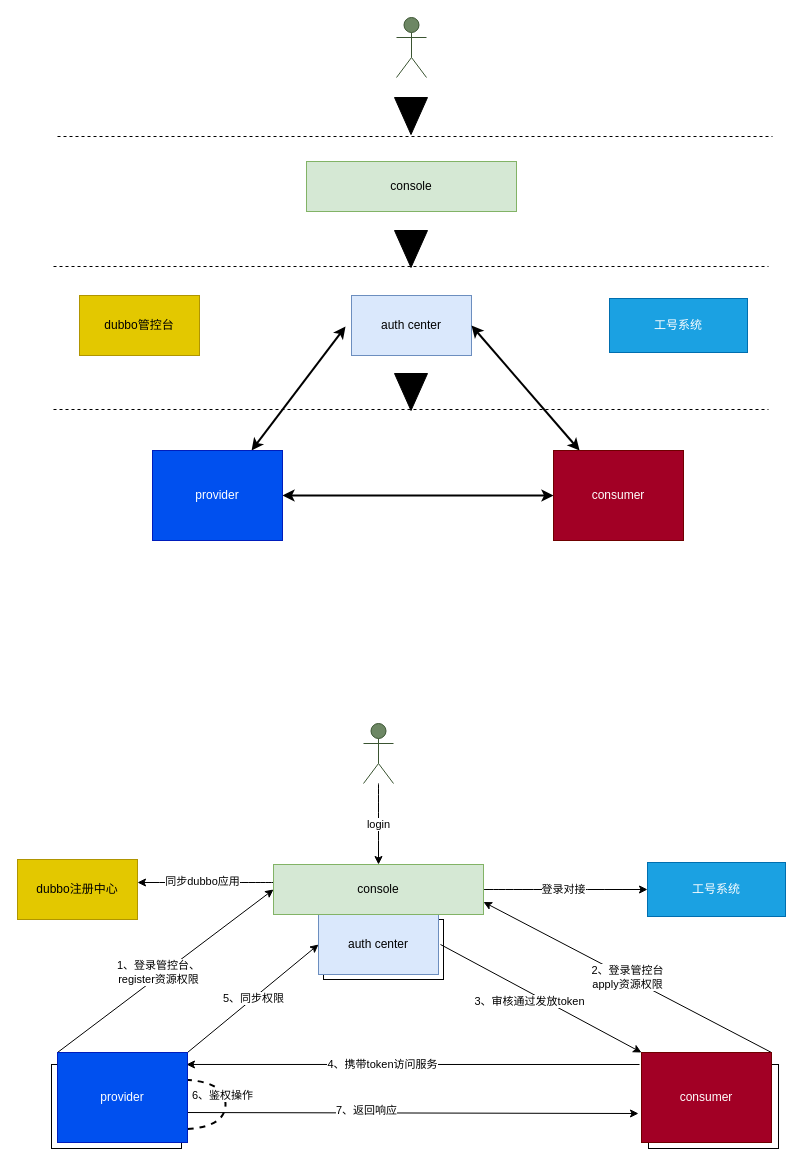
Before: 鉴权中心一期.drawio in gitcodeporter/draw-uml, a draw.io diagram. Source tidied: cells renumbered, new cells numbered last; positions are measured from the earlier drawing's top-left corner, leaving out a move shared by most shapes. Both pictures are drawn from the tidied source at 100%, with x=0, y=0 at pixel (17, 17).
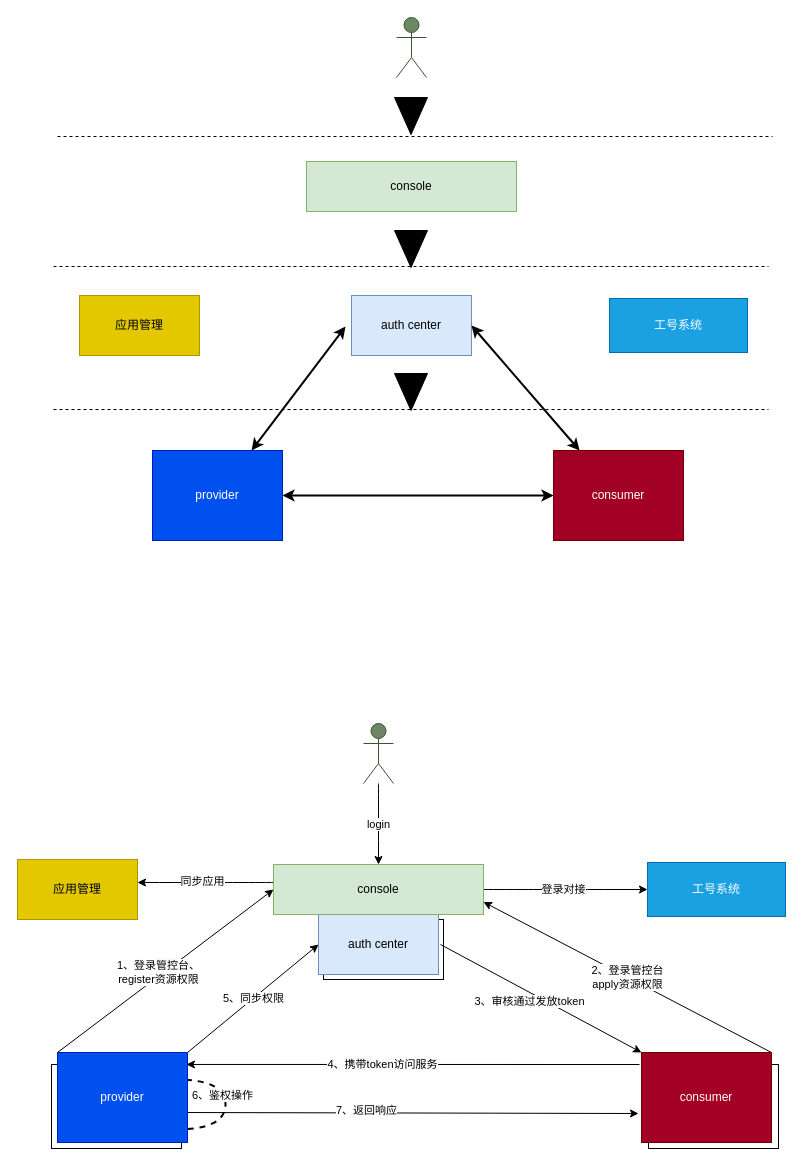
The same diagram, later.

Commit message:
更新鉴权中心一期.drawio

Unchanged cells that the change refers to:
```xml
<mxCell id="10" style="edgeStyle=orthogonalEdgeStyle;curved=1;rounded=0;orthogonalLoop=1;jettySize=auto;html=1;entryX=1;entryY=0.5;entryDx=0;entryDy=0;startArrow=none;startFill=0;" parent="1" edge="1">
  <mxGeometry relative="1" as="geometry">
    <mxPoint x="256" y="865" as="sourcePoint" />
    <mxPoint x="120" y="865" as="targetPoint" />
  </mxGeometry>
</mxCell>
```

The edit, as a diff of the source:
```diff
@@
-    <mxCell id="11" value="同步dubbo应用" style="edgeLabel;html=1;align=center;verticalAlign=middle;" parent="10" vertex="1">
+    <mxCell id="11" value="同步应用" style="edgeLabel;html=1;align=center;verticalAlign=middle;" parent="10" vertex="1">
       <mxGeometry x="0.06" y="-2" relative="1" as="geometry" />
     </mxCell>
@@
-    <mxCell id="26" value="dubbo注册中心" style="rounded=0;whiteSpace=wrap;html=1;fillColor=#e3c800;strokeColor=#B09500;fontColor=#000000;" parent="1" vertex="1">
+    <mxCell id="26" value="应用管理" style="rounded=0;whiteSpace=wrap;html=1;fillColor=#e3c800;strokeColor=#B09500;fontColor=#000000;" parent="1" vertex="1">
       <mxGeometry y="842" width="120" height="60" as="geometry" />
     </mxCell>
@@
-    <mxCell id="33" value="dubbo管控台" style="rounded=0;whiteSpace=wrap;html=1;fillColor=#e3c800;strokeColor=#B09500;fontColor=#000000;" parent="1" vertex="1">
+    <mxCell id="33" value="应用管理" style="rounded=0;whiteSpace=wrap;html=1;fillColor=#e3c800;strokeColor=#B09500;fontColor=#000000;" parent="1" vertex="1">
       <mxGeometry x="62" y="278" width="120" height="60" as="geometry" />
     </mxCell>
```
